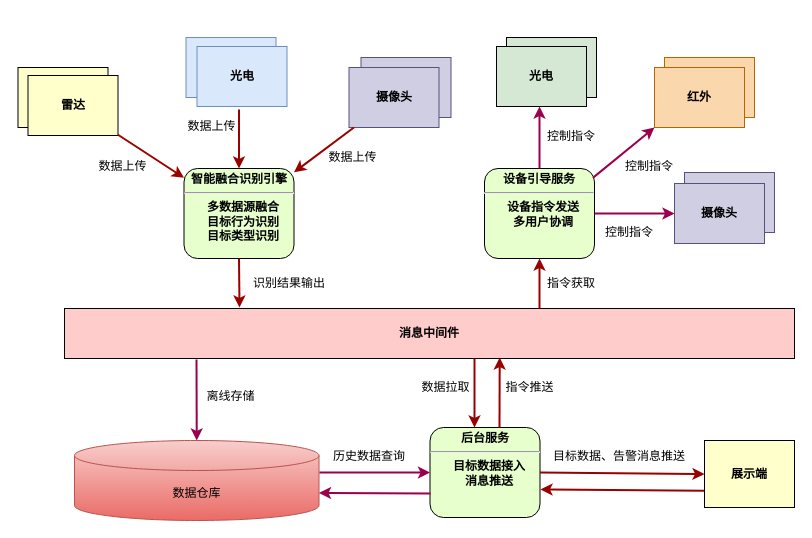
Above: 智能识别模块.drawio in singleYU/WPF_Docs (draw.io), before the change. Source tidied: cells renumbered, new cells numbered last; positions are measured from the earlier drawing's top-left corner, leaving out a move shared by most shapes. Both pictures are drawn from the tidied source at 100%, with x=0, y=0 at pixel (18, 37).
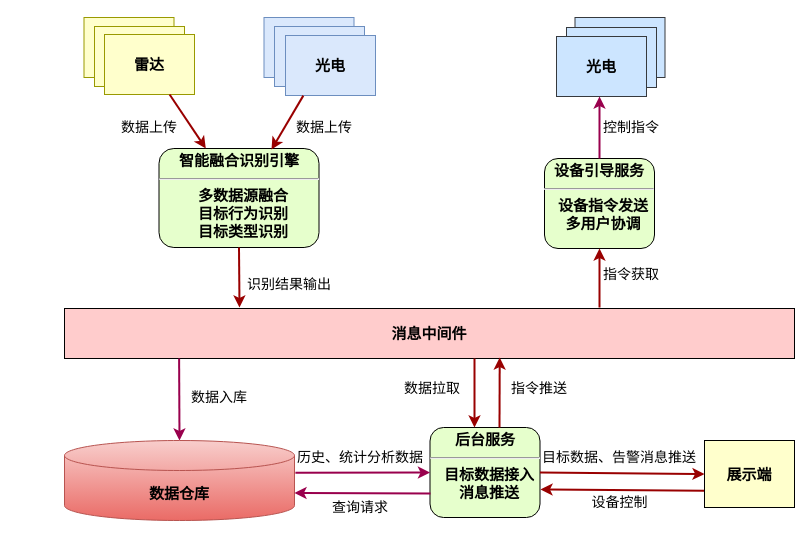
After the change.

Commit message:
更新智能识别模块.drawio

What changed in the source:
```diff
@@
-    <mxCell id="2" style="whiteSpace=wrap;align=center;verticalAlign=middle;fontStyle=1;strokeWidth=1;fillColor=#d0cee2;strokeColor=#56517e;" parent="1" vertex="1">
-      <mxGeometry x="666" y="135" width="90" height="60" as="geometry" />
-    </mxCell>
-    <mxCell id="3" style="whiteSpace=wrap;align=center;verticalAlign=middle;fontStyle=1;strokeWidth=1;fillColor=#fad7ac;strokeColor=#b46504;" parent="1" vertex="1">
-      <mxGeometry x="646" y="20" width="90" height="60" as="geometry" />
-    </mxCell>
+    <mxCell id="48" style="whiteSpace=wrap;align=center;verticalAlign=middle;fontStyle=1;strokeWidth=1;fillColor=#cce5ff;strokeColor=#36393d;fontSize=15;" parent="1" vertex="1">
+      <mxGeometry x="556.5" y="-20" width="90" height="60" as="geometry" />
+    </mxCell>
+    <mxCell id="49" style="whiteSpace=wrap;align=center;verticalAlign=middle;fontStyle=1;strokeWidth=1;fillColor=#FFFFCC;strokeColor=#999900;fontSize=15;" parent="1" vertex="1">
+      <mxGeometry x="65.5" y="-20" width="90" height="60" as="geometry" />
+    </mxCell>
+    <mxCell id="50" style="whiteSpace=wrap;align=center;verticalAlign=middle;fontStyle=1;strokeWidth=1;fillColor=#dae8fc;strokeColor=#6c8ebf;fontSize=15;" parent="1" vertex="1">
+      <mxGeometry x="245.5" y="-20" width="90" height="60" as="geometry" />
+    </mxCell>
-    <mxCell id="4" style="whiteSpace=wrap;align=center;verticalAlign=middle;fontStyle=1;strokeWidth=1;fillColor=#d5e8d4;" parent="1" vertex="1">
-      <mxGeometry x="488" width="90" height="60" as="geometry" />
+    <mxCell id="4" style="whiteSpace=wrap;align=center;verticalAlign=middle;fontStyle=1;strokeWidth=1;fillColor=#cce5ff;strokeColor=#36393d;fontSize=15;" parent="1" vertex="1">
+      <mxGeometry x="548" y="-10" width="90" height="60" as="geometry" />
     </mxCell>
-    <mxCell id="5" style="whiteSpace=wrap;align=center;verticalAlign=middle;fontStyle=1;strokeWidth=1;fillColor=#FFFFCC;" parent="1" vertex="1">
-      <mxGeometry x="-0.5" y="30" width="90" height="60" as="geometry" />
+    <mxCell id="5" style="whiteSpace=wrap;align=center;verticalAlign=middle;fontStyle=1;strokeWidth=1;fillColor=#FFFFCC;strokeColor=#999900;fontSize=15;" parent="1" vertex="1">
+      <mxGeometry x="76" y="-11" width="90" height="60" as="geometry" />
     </mxCell>
-    <mxCell id="6" style="whiteSpace=wrap;align=center;verticalAlign=middle;fontStyle=1;strokeWidth=1;fillColor=#dae8fc;strokeColor=#6c8ebf;" parent="1" vertex="1">
-      <mxGeometry x="167.5" width="90" height="60" as="geometry" />
+    <mxCell id="6" style="whiteSpace=wrap;align=center;verticalAlign=middle;fontStyle=1;strokeWidth=1;fillColor=#dae8fc;strokeColor=#6c8ebf;fontSize=15;" parent="1" vertex="1">
+      <mxGeometry x="256" y="-11" width="90" height="60" as="geometry" />
     </mxCell>
-    <mxCell id="7" style="whiteSpace=wrap;align=center;verticalAlign=middle;fontStyle=1;strokeWidth=1;fillColor=#d0cee2;strokeColor=#56517e;" parent="1" vertex="1">
-      <mxGeometry x="342.5" y="20" width="90" height="60" as="geometry" />
-    </mxCell>
-    <mxCell id="8" value="&lt;p style=&quot;margin: 4px 0px 0px; text-align: center;&quot;&gt;&lt;strong&gt;智能融合识别引擎&lt;/strong&gt;&lt;/p&gt;&lt;hr&gt;&lt;p style=&quot;margin: 0px ; margin-left: 8px&quot;&gt;&lt;span&gt;多数据源融合&lt;/span&gt;&lt;br&gt;&lt;/p&gt;&lt;p style=&quot;margin: 0px ; margin-left: 8px&quot;&gt;目标行为识别&lt;/p&gt;&lt;p style=&quot;margin: 0px ; margin-left: 8px&quot;&gt;目标类型识别&lt;/p&gt;" style="verticalAlign=middle;align=center;overflow=fill;fontSize=12;fontFamily=Helvetica;html=1;rounded=1;fontStyle=1;strokeWidth=1;fillColor=#E6FFCC;" parent="1" vertex="1">
-      <mxGeometry x="165.5" y="131" width="110" height="90" as="geometry" />
+    <mxCell id="8" value="&lt;p style=&quot;margin: 4px 0px 0px; text-align: center; font-size: 15px;&quot;&gt;&lt;strong style=&quot;font-size: 15px;&quot;&gt;智能融合识别引擎&lt;/strong&gt;&lt;/p&gt;&lt;hr style=&quot;font-size: 15px;&quot;&gt;&lt;p style=&quot;margin: 0px 0px 0px 8px; font-size: 15px;&quot;&gt;&lt;span style=&quot;font-size: 15px;&quot;&gt;多数据源融合&lt;/span&gt;&lt;br style=&quot;font-size: 15px;&quot;&gt;&lt;/p&gt;&lt;p style=&quot;margin: 0px 0px 0px 8px; font-size: 15px;&quot;&gt;目标行为识别&lt;/p&gt;&lt;p style=&quot;margin: 0px 0px 0px 8px; font-size: 15px;&quot;&gt;目标类型识别&lt;/p&gt;" style="verticalAlign=middle;align=center;overflow=fill;fontSize=15;fontFamily=Helvetica;html=1;rounded=1;fontStyle=1;strokeWidth=1;fillColor=#E6FFCC;" parent="1" vertex="1">
+      <mxGeometry x="140.5" y="111" width="160" height="99" as="geometry" />
     </mxCell>
-    <mxCell id="9" value="摄像头" style="whiteSpace=wrap;align=center;verticalAlign=middle;fontStyle=1;strokeWidth=1;fillColor=#d0cee2;strokeColor=#56517e;" parent="1" vertex="1">
-      <mxGeometry x="330.5" y="30" width="90" height="60" as="geometry" />
-    </mxCell>
-    <mxCell id="10" value="雷达" style="whiteSpace=wrap;align=center;verticalAlign=middle;fontStyle=1;strokeWidth=1;fillColor=#FFFFCC;" parent="1" vertex="1">
-      <mxGeometry x="9.5" y="38" width="90" height="60" as="geometry" />
+    <mxCell id="10" value="雷达" style="whiteSpace=wrap;align=center;verticalAlign=middle;fontStyle=1;strokeWidth=1;fillColor=#FFFFCC;strokeColor=#999900;fontSize=15;" parent="1" vertex="1">
+      <mxGeometry x="86" y="-3" width="90" height="60" as="geometry" />
     </mxCell>
-    <mxCell id="11" value="消息中间件" style="shape=process;whiteSpace=wrap;align=center;verticalAlign=middle;size=0;fontStyle=1;strokeWidth=1;fillColor=#FFCCCC;" parent="1" vertex="1">
+    <mxCell id="11" value="消息中间件" style="shape=process;whiteSpace=wrap;align=center;verticalAlign=middle;size=0;fontStyle=1;strokeWidth=1;fillColor=#FFCCCC;fontSize=15;" parent="1" vertex="1">
       <mxGeometry x="46" y="271" width="730" height="50" as="geometry" />
     </mxCell>
-    <mxCell id="12" style="edgeStyle=none;noEdgeStyle=1;strokeColor=#990000;strokeWidth=2;" parent="1" edge="1" source="9" target="8">
-      <mxGeometry relative="1" as="geometry" />
-    </mxCell>
-    <mxCell id="13" style="strokeColor=#990000;strokeWidth=2;" parent="1" edge="1" source="10" target="8">
+    <mxCell id="13" style="strokeColor=#990000;strokeWidth=2;fontSize=15;" parent="1" edge="1" source="10" target="8">
       <mxGeometry relative="1" as="geometry" />
     </mxCell>
-    <mxCell id="14" value="&lt;p style=&quot;margin: 4px 0px 0px ; text-align: center&quot;&gt;&lt;strong&gt;后台服务&lt;/strong&gt;&lt;/p&gt;&lt;hr&gt;&lt;p style=&quot;margin: 0px ; margin-left: 8px&quot;&gt;目标数据接入&lt;/p&gt;&lt;p style=&quot;margin: 0px ; margin-left: 8px&quot;&gt;消息推送&lt;/p&gt;&lt;p style=&quot;margin: 0px ; margin-left: 8px&quot;&gt;&lt;br&gt;&lt;/p&gt;" style="verticalAlign=middle;align=center;overflow=fill;fontSize=12;fontFamily=Helvetica;html=1;rounded=1;fontStyle=1;strokeWidth=1;fillColor=#E6FFCC;" parent="1" vertex="1">
+    <mxCell id="14" value="&lt;p style=&quot;margin: 4px 0px 0px; text-align: center; font-size: 15px;&quot;&gt;&lt;strong style=&quot;font-size: 15px;&quot;&gt;后台服务&lt;/strong&gt;&lt;/p&gt;&lt;hr style=&quot;font-size: 15px;&quot;&gt;&lt;p style=&quot;margin: 0px 0px 0px 8px; font-size: 15px;&quot;&gt;目标数据接入&lt;/p&gt;&lt;p style=&quot;margin: 0px 0px 0px 8px; font-size: 15px;&quot;&gt;消息推送&lt;/p&gt;&lt;p style=&quot;margin: 0px 0px 0px 8px; font-size: 15px;&quot;&gt;&lt;br style=&quot;font-size: 15px;&quot;&gt;&lt;/p&gt;" style="verticalAlign=middle;align=center;overflow=fill;fontSize=15;fontFamily=Helvetica;html=1;rounded=1;fontStyle=1;strokeWidth=1;fillColor=#E6FFCC;" parent="1" vertex="1">
       <mxGeometry x="411.5" y="390" width="110" height="90" as="geometry" />
     </mxCell>
-    <mxCell id="15" value="数据上传" style="text;spacingTop=-5;align=center;" parent="1" vertex="1">
-      <mxGeometry x="89.5" y="120" width="30" height="20" as="geometry" />
+    <mxCell id="15" value="数据上传" style="text;spacingTop=-5;align=center;fontSize=14;" parent="1" vertex="1">
+      <mxGeometry x="116" y="80" width="30" height="20" as="geometry" />
     </mxCell>
-    <mxCell id="16" value="数据上传" style="text;spacingTop=-5;align=center;strokeWidth=1;" parent="1" vertex="1">
-      <mxGeometry x="319.5" y="111" width="30" height="20" as="geometry" />
-    </mxCell>
-    <mxCell id="17" value="识别结果输出" style="text;spacingTop=-5;align=center;strokeWidth=1;" parent="1" vertex="1">
+    <mxCell id="17" value="识别结果输出" style="text;spacingTop=-5;align=center;strokeWidth=1;fontSize=14;" parent="1" vertex="1">
       <mxGeometry x="256" y="237" width="30" height="20" as="geometry" />
     </mxCell>
-    <mxCell id="18" style="edgeStyle=elbowEdgeStyle;elbow=horizontal;strokeColor=#990000;strokeWidth=2;" parent="1" edge="1">
+    <mxCell id="18" style="edgeStyle=elbowEdgeStyle;elbow=horizontal;strokeColor=#990000;strokeWidth=2;fontSize=15;" parent="1" edge="1">
       <mxGeometry relative="1" as="geometry">
         <mxPoint x="456" y="321" as="sourcePoint" />
         <mxPoint x="456" y="390" as="targetPoint" />
         <Array as="points">
           <mxPoint x="456" y="350" />
         </Array>
       </mxGeometry>
     </mxCell>
-    <mxCell id="19" value="数据拉取" style="text;spacingTop=-5;align=center;" parent="1" vertex="1">
-      <mxGeometry x="412.5" y="341" width="30" height="20" as="geometry" />
+    <mxCell id="19" value="数据拉取" style="text;spacingTop=-5;align=center;fontSize=14;" parent="1" vertex="1">
+      <mxGeometry x="399" y="341" width="30" height="20" as="geometry" />
     </mxCell>
-    <mxCell id="20" value="光电" style="whiteSpace=wrap;align=center;verticalAlign=middle;fontStyle=1;strokeWidth=1;fillColor=#dae8fc;strokeColor=#6c8ebf;" parent="1" vertex="1">
-      <mxGeometry x="178.5" y="9" width="90" height="60" as="geometry" />
+    <mxCell id="20" value="光电" style="whiteSpace=wrap;align=center;verticalAlign=middle;fontStyle=1;strokeWidth=1;fillColor=#dae8fc;strokeColor=#6c8ebf;fontSize=15;" parent="1" vertex="1">
+      <mxGeometry x="267" y="-2" width="90" height="60" as="geometry" />
     </mxCell>
-    <mxCell id="21" style="edgeStyle=none;noEdgeStyle=1;strokeColor=#990000;strokeWidth=2;entryX=0.5;entryY=0;entryDx=0;entryDy=0;" parent="1" edge="1" target="8">
+    <mxCell id="21" style="edgeStyle=none;noEdgeStyle=1;strokeColor=#990000;strokeWidth=2;exitX=0.198;exitY=1.002;exitDx=0;exitDy=0;exitPerimeter=0;fontSize=15;" parent="1" edge="1" source="20">
       <mxGeometry relative="1" as="geometry">
-        <mxPoint x="220.5" y="72" as="sourcePoint" />
+        <mxPoint x="253" y="112" as="targetPoint" />
       </mxGeometry>
     </mxCell>
-    <mxCell id="22" value="数据上传" style="text;spacingTop=-5;align=center;strokeWidth=1;" parent="1" vertex="1">
-      <mxGeometry x="178.5" y="80" width="30" height="20" as="geometry" />
+    <mxCell id="22" value="数据上传" style="text;spacingTop=-5;align=center;strokeWidth=1;fontSize=14;" parent="1" vertex="1">
+      <mxGeometry x="291" y="80" width="30" height="20" as="geometry" />
     </mxCell>
-    <mxCell id="23" style="strokeColor=#990000;strokeWidth=2;exitX=0.5;exitY=1;exitDx=0;exitDy=0;elbow=vertical;" parent="1" edge="1" source="8">
+    <mxCell id="23" style="strokeColor=#990000;strokeWidth=2;exitX=0.5;exitY=1;exitDx=0;exitDy=0;elbow=vertical;fontSize=15;" parent="1" edge="1" source="8">
       <mxGeometry relative="1" as="geometry">
         <mxPoint x="221" y="270" as="targetPoint" />
       </mxGeometry>
     </mxCell>
-    <mxCell id="24" style="elbow=horizontal;strokeColor=#990000;strokeWidth=2;exitX=0;exitY=0.75;exitDx=0;exitDy=0;" parent="1" edge="1" source="25">
+    <mxCell id="24" style="elbow=horizontal;strokeColor=#990000;strokeWidth=2;exitX=0;exitY=0.75;exitDx=0;exitDy=0;fontSize=15;" parent="1" edge="1" source="25">
       <mxGeometry relative="1" as="geometry">
         <mxPoint x="522" y="452" as="targetPoint" />
       </mxGeometry>
     </mxCell>
-    <mxCell id="25" value="展示端" style="whiteSpace=wrap;align=center;verticalAlign=middle;fontStyle=1;strokeWidth=1;fillColor=#FFFFCC;" parent="1" vertex="1">
+    <mxCell id="25" value="展示端" style="whiteSpace=wrap;align=center;verticalAlign=middle;fontStyle=1;strokeWidth=1;fillColor=#FFFFCC;fontSize=15;" parent="1" vertex="1">
       <mxGeometry x="686" y="403" width="90" height="67" as="geometry" />
     </mxCell>
-    <mxCell id="26" style="elbow=horizontal;strokeColor=#990000;strokeWidth=2;entryX=0;entryY=0.5;entryDx=0;entryDy=0;exitX=1;exitY=0.5;exitDx=0;exitDy=0;" parent="1" edge="1" source="14" target="25">
+    <mxCell id="26" style="elbow=horizontal;strokeColor=#990000;strokeWidth=2;entryX=0;entryY=0.5;entryDx=0;entryDy=0;exitX=1;exitY=0.5;exitDx=0;exitDy=0;fontSize=15;" parent="1" edge="1" source="14" target="25">
       <mxGeometry relative="1" as="geometry" />
     </mxCell>
-    <mxCell id="27" value="光电" style="whiteSpace=wrap;align=center;verticalAlign=middle;fontStyle=1;strokeWidth=1;fillColor=#d5e8d4;" parent="1" vertex="1">
-      <mxGeometry x="478" y="9" width="90" height="60" as="geometry" />
+    <mxCell id="27" value="光电" style="whiteSpace=wrap;align=center;verticalAlign=middle;fontStyle=1;strokeWidth=1;fillColor=#cce5ff;strokeColor=#36393d;fontSize=15;" parent="1" vertex="1">
+      <mxGeometry x="538" y="-1" width="90" height="60" as="geometry" />
     </mxCell>
-    <mxCell id="28" value="摄像头" style="whiteSpace=wrap;align=center;verticalAlign=middle;fontStyle=1;strokeWidth=1;fillColor=#d0cee2;strokeColor=#56517e;" parent="1" vertex="1">
-      <mxGeometry x="656" y="146" width="90" height="60" as="geometry" />
-    </mxCell>
-    <mxCell id="29" value="&lt;p style=&quot;margin: 4px 0px 0px ; text-align: center&quot;&gt;设备引导服务&lt;/p&gt;&lt;hr&gt;&lt;p style=&quot;margin: 0px ; margin-left: 8px&quot;&gt;设备指令发送&lt;/p&gt;&lt;p style=&quot;margin: 0px ; margin-left: 8px&quot;&gt;多用户协调&lt;/p&gt;" style="verticalAlign=middle;align=center;overflow=fill;fontSize=12;fontFamily=Helvetica;html=1;rounded=1;fontStyle=1;strokeWidth=1;fillColor=#E6FFCC;" parent="1" vertex="1">
-      <mxGeometry x="466" y="131" width="110" height="90" as="geometry" />
+    <mxCell id="29" value="&lt;p style=&quot;margin: 4px 0px 0px; text-align: center; font-size: 15px;&quot;&gt;设备引导服务&lt;/p&gt;&lt;hr style=&quot;font-size: 15px;&quot;&gt;&lt;p style=&quot;margin: 0px 0px 0px 8px; font-size: 15px;&quot;&gt;设备指令发送&lt;/p&gt;&lt;p style=&quot;margin: 0px 0px 0px 8px; font-size: 15px;&quot;&gt;多用户协调&lt;/p&gt;" style="verticalAlign=middle;align=center;overflow=fill;fontSize=15;fontFamily=Helvetica;html=1;rounded=1;fontStyle=1;strokeWidth=1;fillColor=#E6FFCC;" parent="1" vertex="1">
+      <mxGeometry x="526" y="121" width="110" height="90" as="geometry" />
     </mxCell>
-    <mxCell id="30" style="elbow=horizontal;strokeColor=#990000;strokeWidth=2;exitX=0.75;exitY=0;exitDx=0;exitDy=0;entryX=0.563;entryY=0.98;entryDx=0;entryDy=0;entryPerimeter=0;" parent="1" edge="1">
+    <mxCell id="30" style="elbow=horizontal;strokeColor=#990000;strokeWidth=2;exitX=0.75;exitY=0;exitDx=0;exitDy=0;entryX=0.563;entryY=0.98;entryDx=0;entryDy=0;entryPerimeter=0;fontSize=15;" parent="1" edge="1">
       <mxGeometry relative="1" as="geometry">
         <mxPoint x="481" y="390" as="sourcePoint" />
         <mxPoint x="481.2" y="320" as="targetPoint" />
       </mxGeometry>
     </mxCell>
-    <mxCell id="31" value="指令推送" style="text;spacingTop=-5;align=center;" parent="1" vertex="1">
-      <mxGeometry x="496.5" y="341" width="30" height="20" as="geometry" />
+    <mxCell id="31" value="指令推送" style="text;spacingTop=-5;align=center;fontSize=14;" parent="1" vertex="1">
+      <mxGeometry x="506" y="341" width="30" height="20" as="geometry" />
     </mxCell>
-    <mxCell id="32" style="edgeStyle=none;noEdgeStyle=1;strokeColor=#990000;strokeWidth=2;entryX=0.5;entryY=1;entryDx=0;entryDy=0;" parent="1" edge="1" target="29">
+    <mxCell id="32" style="edgeStyle=none;noEdgeStyle=1;strokeColor=#990000;strokeWidth=2;entryX=0.5;entryY=1;entryDx=0;entryDy=0;fontSize=15;" parent="1" edge="1" target="29">
       <mxGeometry relative="1" as="geometry">
-        <mxPoint x="521" y="271" as="sourcePoint" />
+        <mxPoint x="581" y="270" as="sourcePoint" />
       </mxGeometry>
     </mxCell>
-    <mxCell id="33" value="指令获取" style="text;spacingTop=-5;align=center;strokeWidth=1;" parent="1" vertex="1">
-      <mxGeometry x="538" y="237" width="30" height="20" as="geometry" />
+    <mxCell id="33" value="指令获取" style="text;spacingTop=-5;align=center;strokeWidth=1;fontSize=14;" parent="1" vertex="1">
+      <mxGeometry x="598" y="227" width="30" height="20" as="geometry" />
     </mxCell>
-    <mxCell id="34" style="endArrow=classic;html=1;strokeColor=#99004D;strokeWidth=2;entryX=0;entryY=0.5;entryDx=0;entryDy=0;exitX=1;exitY=0.5;exitDx=0;exitDy=0;" parent="1" edge="1" source="29" target="28">
-      <mxGeometry relative="1" as="geometry" />
-    </mxCell>
-    <mxCell id="35" style="endArrow=classic;html=1;strokeColor=#99004D;strokeWidth=2;exitX=0.5;exitY=0;exitDx=0;exitDy=0;" parent="1" edge="1" source="29">
+    <mxCell id="35" style="endArrow=classic;html=1;strokeColor=#99004D;strokeWidth=2;exitX=0.5;exitY=0;exitDx=0;exitDy=0;fontSize=15;" parent="1" edge="1" source="29">
       <mxGeometry relative="1" as="geometry">
-        <mxPoint x="521" y="69" as="targetPoint" />
+        <mxPoint x="581" y="59" as="targetPoint" />
       </mxGeometry>
     </mxCell>
-    <mxCell id="36" value="红外" style="whiteSpace=wrap;align=center;verticalAlign=middle;fontStyle=1;strokeWidth=1;fillColor=#fad7ac;strokeColor=#b46504;" parent="1" vertex="1">
-      <mxGeometry x="636" y="30" width="90" height="60" as="geometry" />
-    </mxCell>
-    <mxCell id="37" style="endArrow=classic;html=1;strokeColor=#99004D;strokeWidth=2;exitX=0.985;exitY=0.104;exitDx=0;exitDy=0;exitPerimeter=0;entryX=0;entryY=1;entryDx=0;entryDy=0;" parent="1" edge="1" source="29" target="36">
-      <mxGeometry relative="1" as="geometry" />
-    </mxCell>
-    <mxCell id="38" value="数据仓库" style="shape=cylinder3;whiteSpace=wrap;html=1;boundedLbl=1;backgroundOutline=1;size=15;strokeColor=#b85450;fillColor=#f8cecc;gradientColor=#ea6b66;" parent="1" vertex="1">
-      <mxGeometry x="56" y="403" width="244.5" height="80" as="geometry" />
+    <mxCell id="38" value="数据仓库" style="shape=cylinder3;whiteSpace=wrap;html=1;boundedLbl=1;backgroundOutline=1;size=15;strokeColor=#b85450;fillColor=#f8cecc;gradientColor=#ea6b66;fontSize=15;fontStyle=1;" parent="1" vertex="1">
+      <mxGeometry x="46" y="403" width="230" height="80" as="geometry" />
     </mxCell>
-    <mxCell id="39" style="endArrow=classic;html=1;strokeColor=#99004D;strokeWidth=2;entryX=0.5;entryY=0;entryDx=0;entryDy=0;entryPerimeter=0;" parent="1" edge="1" target="38">
-      <mxGeometry relative="1" as="geometry">
-        <mxPoint x="178" y="322" as="sourcePoint" />
-      </mxGeometry>
+    <mxCell id="39" style="endArrow=classic;html=1;strokeColor=#99004D;strokeWidth=2;entryX=0.5;entryY=0;entryDx=0;entryDy=0;entryPerimeter=0;fontSize=15;exitX=0.157;exitY=1.001;exitDx=0;exitDy=0;exitPerimeter=0;" parent="1" edge="1" source="11" target="38">
+      <mxGeometry relative="1" as="geometry" />
     </mxCell>
-    <mxCell id="40" value="离线存储" style="text;spacingTop=-5;align=center;" parent="1" vertex="1">
-      <mxGeometry x="197.5" y="350" width="30" height="20" as="geometry" />
+    <mxCell id="40" value="数据入库" style="text;spacingTop=-5;align=center;fontSize=14;" parent="1" vertex="1">
+      <mxGeometry x="186" y="350" width="30" height="20" as="geometry" />
     </mxCell>
-    <mxCell id="41" style="endArrow=classic;html=1;strokeColor=#99004D;strokeWidth=2;entryX=0;entryY=0.5;entryDx=0;entryDy=0;" parent="1" edge="1" target="14">
-      <mxGeometry relative="1" as="geometry">
-        <mxPoint x="301" y="435" as="sourcePoint" />
-      </mxGeometry>
+    <mxCell id="41" style="endArrow=classic;html=1;strokeColor=#99004D;strokeWidth=2;entryX=0;entryY=0.5;entryDx=0;entryDy=0;fontSize=15;exitX=1.004;exitY=0.404;exitDx=0;exitDy=0;exitPerimeter=0;" parent="1" edge="1" source="38" target="14">
+      <mxGeometry relative="1" as="geometry" />
     </mxCell>
-    <mxCell id="42" style="endArrow=classic;html=1;strokeColor=#99004D;strokeWidth=2;entryX=1;entryY=0;entryDx=0;entryDy=52.5;entryPerimeter=0;" parent="1" edge="1" target="38">
+    <mxCell id="42" style="endArrow=classic;html=1;strokeColor=#99004D;strokeWidth=2;entryX=1;entryY=0;entryDx=0;entryDy=52.5;entryPerimeter=0;fontSize=15;" parent="1" edge="1" target="38">
       <mxGeometry relative="1" as="geometry">
         <mxPoint x="412" y="456" as="sourcePoint" />
       </mxGeometry>
     </mxCell>
-    <mxCell id="43" value="历史数据查询" style="text;spacingTop=-5;align=center;" parent="1" vertex="1">
-      <mxGeometry x="336" y="410" width="30" height="20" as="geometry" />
+    <mxCell id="43" value="历史、统计分析数据" style="text;spacingTop=-5;align=center;fontSize=14;" parent="1" vertex="1">
+      <mxGeometry x="327" y="410" width="30" height="20" as="geometry" />
     </mxCell>
-    <mxCell id="44" value="目标数据、告警消息推送" style="text;spacingTop=-5;align=center;strokeWidth=1;" parent="1" vertex="1">
+    <mxCell id="44" value="目标数据、告警消息推送" style="text;spacingTop=-5;align=center;strokeWidth=1;fontSize=14;" parent="1" vertex="1">
       <mxGeometry x="586" y="410" width="30" height="20" as="geometry" />
     </mxCell>
-    <mxCell id="45" value="控制指令" style="text;spacingTop=-5;align=center;strokeWidth=1;" parent="1" vertex="1">
-      <mxGeometry x="596" y="186" width="30" height="20" as="geometry" />
-    </mxCell>
-    <mxCell id="46" value="控制指令" style="text;spacingTop=-5;align=center;strokeWidth=1;" parent="1" vertex="1">
-      <mxGeometry x="616" y="120" width="30" height="20" as="geometry" />
-    </mxCell>
-    <mxCell id="47" value="控制指令" style="text;spacingTop=-5;align=center;strokeWidth=1;" parent="1" vertex="1">
-      <mxGeometry x="538" y="90" width="30" height="20" as="geometry" />
+    <mxCell id="47" value="控制指令" style="text;spacingTop=-5;align=center;strokeWidth=1;fontSize=14;" parent="1" vertex="1">
+      <mxGeometry x="598" y="80" width="30" height="20" as="geometry" />
     </mxCell>
+    <mxCell id="51" value="设备控制" style="text;spacingTop=-5;align=center;strokeWidth=1;fontSize=14;" parent="1" vertex="1">
+      <mxGeometry x="586.5" y="455" width="30" height="20" as="geometry" />
+    </mxCell>
+    <mxCell id="52" value="查询请求" style="text;spacingTop=-5;align=center;fontSize=14;" parent="1" vertex="1">
+      <mxGeometry x="327" y="460" width="30" height="20" as="geometry" />
+    </mxCell>
```
